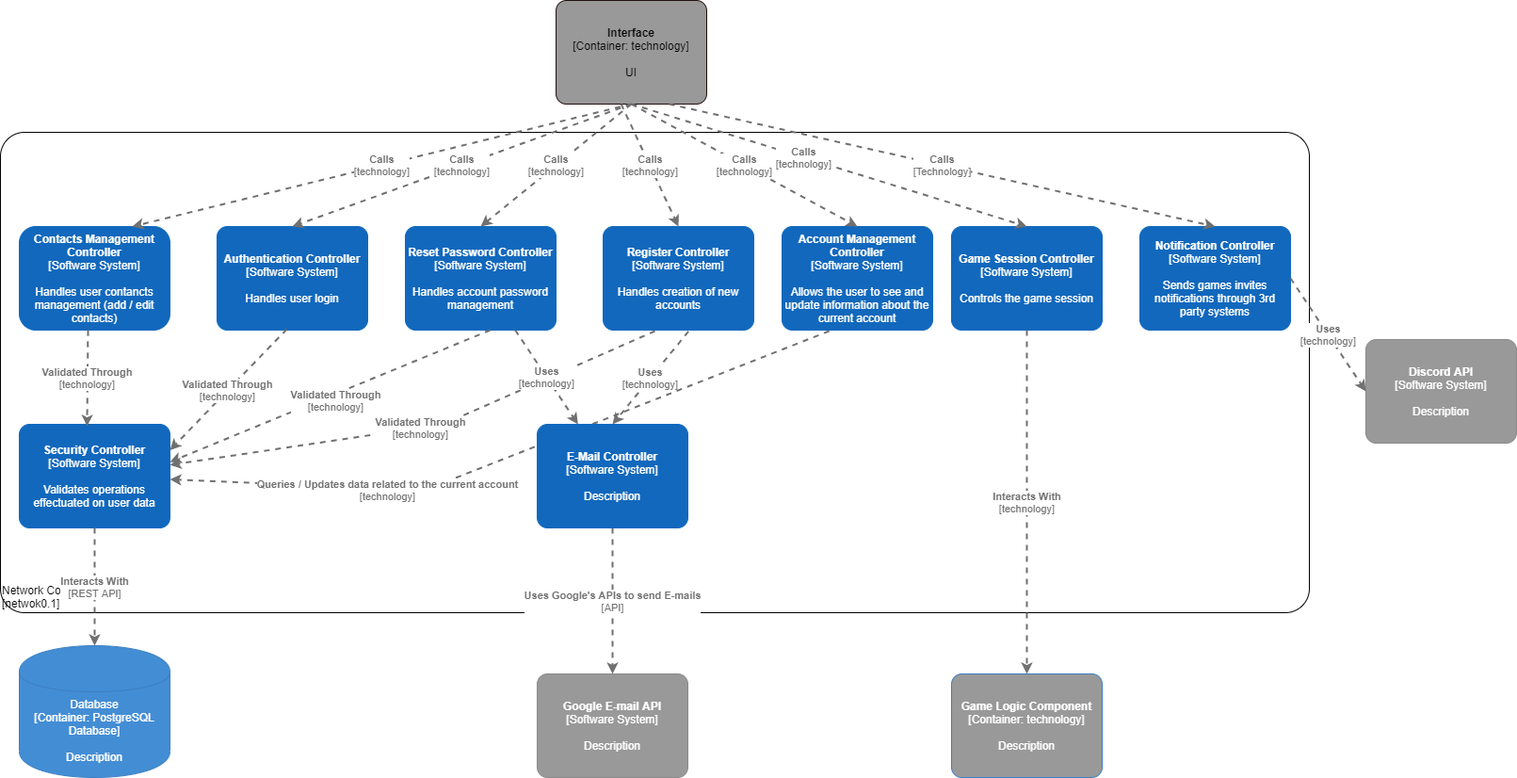
Above: Diagrame-Networking/C4_components.png in mar1asm/Catan-ProiectIP (draw.io), before the change. Source tidied: cells renumbered, new cells last; positions are measured from the earlier drawing's top-left corner, leaving out a move shared by most shapes.
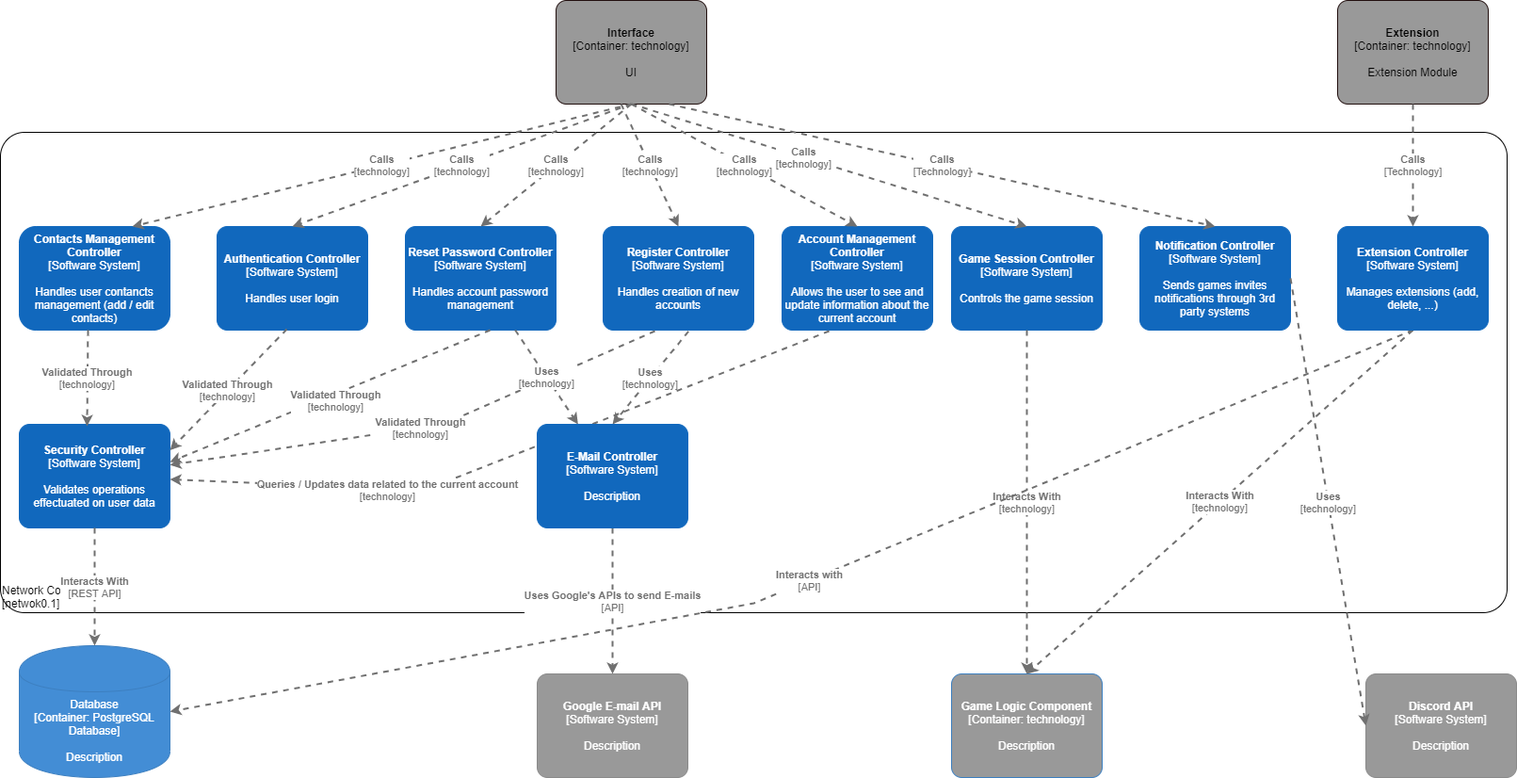
Above is the later version.

Commit message:
updated components diagram

What changed in the source:
```diff
@@ -4,7 +4,7 @@
     <mxCell id="1" parent="0" />
     <object id="2" label="&lt;div style=&quot;text-align: left&quot;&gt;%c4Name%&lt;/div&gt;&lt;div style=&quot;text-align: left&quot;&gt;[%c4Application%]&lt;/div&gt;" c4Application="netwok0.1" c4Name="Network Component" c4Type="ExecutionEnvironment" placeholders="1">
       <mxCell style="rounded=1;whiteSpace=wrap;html=1;labelBackgroundColor=none;fillColor=#ffffff;fontColor=#000000;align=left;arcSize=5;strokeColor=#000000;verticalAlign=bottom;metaData={&quot;c4Type&quot;:{&quot;editable&quot;:false}};" parent="1" vertex="1">
-        <mxGeometry y="140" width="1390" height="510" as="geometry" />
+        <mxGeometry y="140" width="1600" height="510" as="geometry" />
       </mxCell>
     </object>
     <object id="3" label="&lt;b&gt;%c4Name%&lt;/b&gt;&lt;div&gt;[%c4Type%]&lt;/div&gt;&lt;br&gt;&lt;div&gt;%c4Description%&lt;/div&gt;" c4Description="Handles user login" c4Name="Authentication Controller" c4Type="Software System" placeholders="1">
@@ -167,7 +167,7 @@
     </object>
     <object id="33" label="&lt;b&gt;%c4Name%&lt;/b&gt;&lt;div&gt;[%c4Type%]&lt;/div&gt;&lt;br&gt;&lt;div&gt;%c4Description%&lt;/div&gt;" c4Description="Description" c4Name="Discord API" c4Type="Software System" placeholders="1">
       <mxCell style="rounded=1;whiteSpace=wrap;html=1;labelBackgroundColor=none;fillColor=#999999;fontColor=#ffffff;align=center;arcSize=10;strokeColor=#8A8A8A;metaData={&quot;c4Type&quot;:{&quot;editable&quot;:false}};points=[[0.25,0,0],[0.5,0,0],[0.75,0,0],[1,0.25,0],[1,0.5,0],[1,0.75,0],[0.75,1,0],[0.5,1,0],[0.25,1,0],[0,0.75,0],[0,0.5,0],[0,0.25,0]];" parent="1" vertex="1">
-        <mxGeometry x="1450" y="360" width="160" height="110" as="geometry" />
+        <mxGeometry x="1450" y="715" width="160" height="110" as="geometry" />
       </mxCell>
     </object>
     <object id="34" label="&lt;div style=&quot;text-align: left&quot;&gt;&lt;div style=&quot;text-align: center&quot;&gt;&lt;b&gt;%c4Description%&lt;/b&gt;&lt;/div&gt;&lt;div style=&quot;text-align: center&quot;&gt;[%c4Technology%]&lt;/div&gt;&lt;/div&gt;" c4Description="Uses" c4Technology="technology" c4Type="Relationship" placeholders="1">
@@ -175,5 +175,39 @@
         <mxGeometry relative="1" as="geometry" />
       </mxCell>
     </object>
+    <object id="35" label="&lt;b&gt;%c4Name%&lt;/b&gt;&lt;div&gt;[%c4Type%: %c4Technology%]&lt;/div&gt;&lt;br&gt;&lt;div&gt;%c4Description%&lt;/div&gt;" c4Description="Extension Module" c4Name="Extension" c4Technology="technology" c4Type="Container" placeholders="1">
+      <mxCell style="rounded=1;whiteSpace=wrap;html=1;labelBackgroundColor=none;align=center;arcSize=10;metaData={&quot;c4Type&quot;:{&quot;editable&quot;:false}};points=[[0.25,0,0],[0.5,0,0],[0.75,0,0],[1,0.25,0],[1,0.5,0],[1,0.75,0],[0.75,1,0],[0.5,1,0],[0.25,1,0],[0,0.75,0],[0,0.5,0],[0,0.25,0]];fillColor=#999999;strokeColor=#210F0E;" parent="1" vertex="1">
+        <mxGeometry x="1420" width="160" height="110" as="geometry" />
+      </mxCell>
+    </object>
+    <object id="36" label="&lt;div style=&quot;text-align: left&quot;&gt;&lt;div style=&quot;text-align: center&quot;&gt;&lt;b&gt;%c4Description%&lt;/b&gt;&lt;/div&gt;&lt;div style=&quot;text-align: center&quot;&gt;[%c4Technology%]&lt;/div&gt;&lt;/div&gt;" c4Description="Calls" c4Technology="Technology" c4Type="Relationship" placeholders="1">
+      <mxCell style="edgeStyle=none;rounded=0;html=1;entryX=0.5;entryY=0;jettySize=auto;strokeColor=#707070;strokeWidth=2;fontColor=#707070;jumpStyle=none;dashed=1;metaData={&quot;c4Type&quot;:{&quot;editable&quot;:false}};exitX=0.5;exitY=1;exitDx=0;exitDy=0;exitPerimeter=0;entryDx=0;entryDy=0;entryPerimeter=0;" parent="1" edge="1" source="35">
+        <mxGeometry relative="1" as="geometry">
+          <mxPoint x="1500" y="240" as="targetPoint" />
+        </mxGeometry>
+      </mxCell>
+    </object>
+    <object id="37" label="&lt;div style=&quot;text-align: left&quot;&gt;&lt;div style=&quot;text-align: center&quot;&gt;&lt;b&gt;%c4Description%&lt;/b&gt;&lt;/div&gt;&lt;div style=&quot;text-align: center&quot;&gt;[%c4Technology%]&lt;/div&gt;&lt;/div&gt;" c4Description="Interacts with" c4Technology="API" c4Type="Relationship" placeholders="1">
+      <mxCell style="edgeStyle=none;rounded=0;html=1;entryX=1;entryY=0.5;jettySize=auto;strokeColor=#707070;strokeWidth=2;fontColor=#707070;jumpStyle=none;dashed=1;metaData={&quot;c4Type&quot;:{&quot;editable&quot;:false}};exitX=0.5;exitY=1;exitDx=0;exitDy=0;exitPerimeter=0;entryDx=0;entryDy=0;entryPerimeter=0;" parent="1" edge="1" target="8">
+        <mxGeometry relative="1" as="geometry">
+          <mxPoint x="1500" y="350" as="sourcePoint" />
+          <Array as="points">
+            <mxPoint x="800" y="640" />
+          </Array>
+        </mxGeometry>
+      </mxCell>
+    </object>
+    <object id="38" label="&lt;div style=&quot;text-align: left&quot;&gt;&lt;div style=&quot;text-align: center&quot;&gt;&lt;b&gt;%c4Description%&lt;/b&gt;&lt;/div&gt;&lt;div style=&quot;text-align: center&quot;&gt;[%c4Technology%]&lt;/div&gt;&lt;/div&gt;" c4Description="Interacts With" c4Technology="technology" c4Type="Relationship" placeholders="1">
+      <mxCell style="edgeStyle=none;rounded=0;html=1;jettySize=auto;strokeColor=#707070;strokeWidth=2;fontColor=#707070;jumpStyle=none;dashed=1;metaData={&quot;c4Type&quot;:{&quot;editable&quot;:false}};exitX=0.5;exitY=1;exitDx=0;exitDy=0;exitPerimeter=0;entryX=0.5;entryY=0;entryDx=0;entryDy=0;entryPerimeter=0;" parent="1" edge="1" target="23">
+        <mxGeometry relative="1" as="geometry">
+          <mxPoint x="1500" y="350" as="sourcePoint" />
+        </mxGeometry>
+      </mxCell>
+    </object>
+    <object id="39" label="&lt;b&gt;%c4Name%&lt;/b&gt;&lt;div&gt;[%c4Type%]&lt;/div&gt;&lt;br&gt;&lt;div&gt;%c4Description%&lt;/div&gt;" c4Description="Manages extensions (add, delete, ...)" c4Name="Extension Controller" c4Type="Software System" placeholders="1">
+      <mxCell style="rounded=1;whiteSpace=wrap;html=1;labelBackgroundColor=none;fillColor=#1168BD;fontColor=#ffffff;align=center;arcSize=10;strokeColor=#1168BD;metaData={&quot;c4Type&quot;:{&quot;editable&quot;:false}};" parent="1" vertex="1">
+        <mxGeometry x="1420" y="240" width="160" height="110" as="geometry" />
+      </mxCell>
+    </object>
   </root>
 </mxGraphModel>
```
